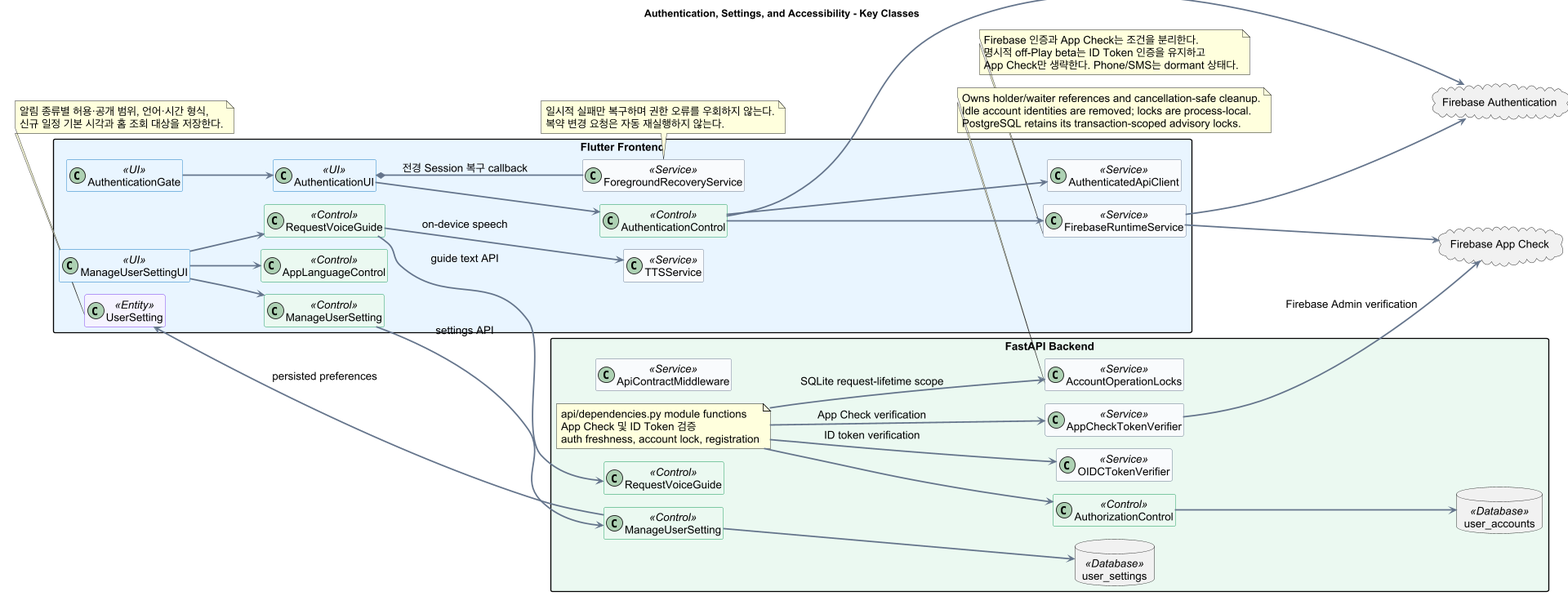
1window2/MedBuddy keeps this PlantUML diagram as docs/UML/class/05_AuthenticationSettingsAccessibility.png. Above is the earlier version.
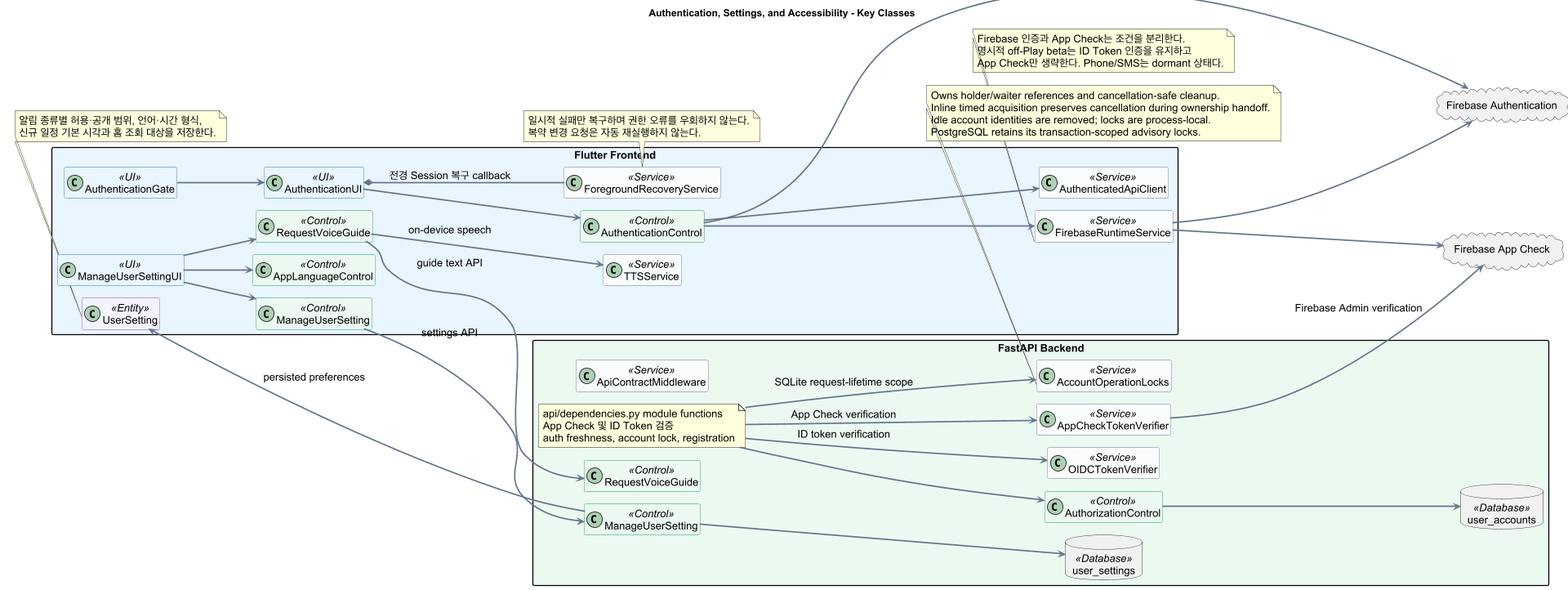
After the commit.

Change to the diagram source:
```diff
@@ -1,5 +1,4 @@
 @startuml
-!pragma layout smetana
 allowmixing
 scale max 1920 width
 left to right direction
@@ -86,6 +85,7 @@
 BAccountDependencies --> AccountOperationLocks : SQLite request-lifetime scope
 note bottom of AccountOperationLocks
   Owns holder/waiter references and cancellation-safe cleanup.
+  Inline timed acquisition preserves cancellation during ownership handoff.
   Idle account identities are removed; locks are process-local.
   PostgreSQL retains its transaction-scoped advisory locks.
 end note
```
